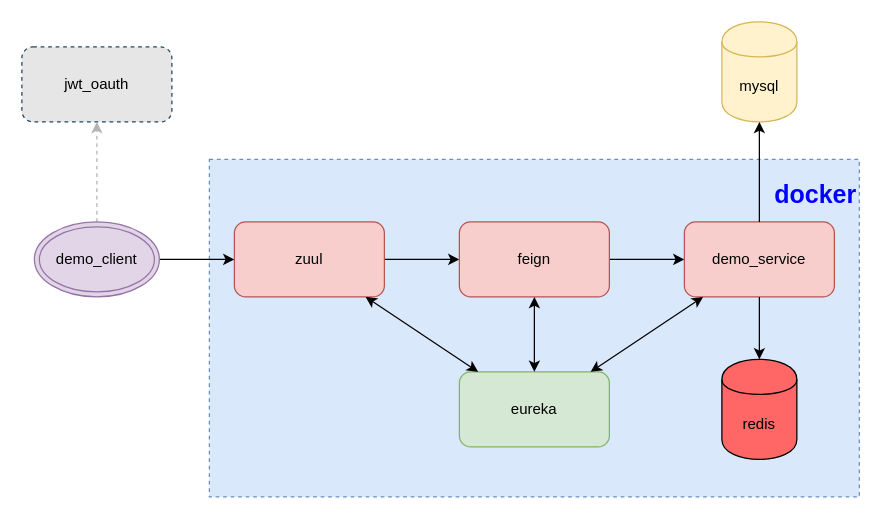
Before: 未命名表单.drawio in sensezhang/draw, a draw.io diagram. Source tidied: cells renumbered, new cells numbered last; positions are measured from the earlier drawing's top-left corner, leaving out a move shared by most shapes. Both pictures are drawn from the tidied source at 125%, with x=0, y=0 at pixel (21, 21).
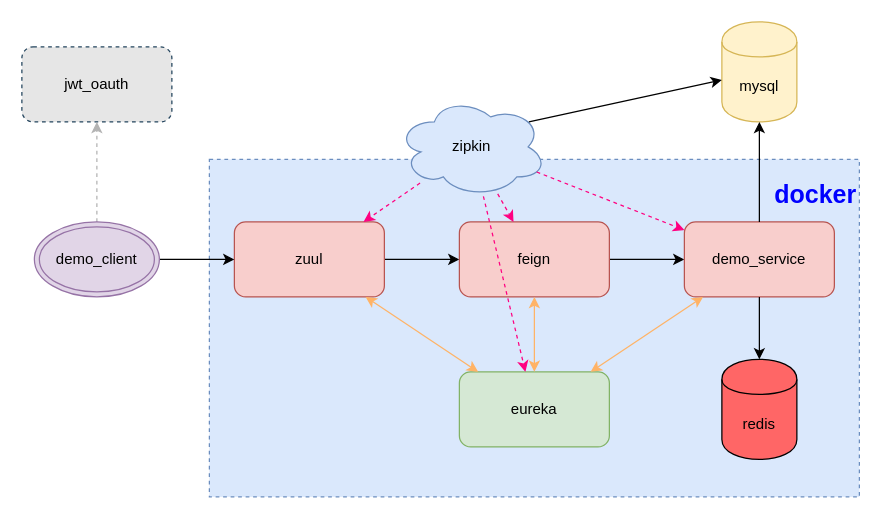
After the change.

Commit message:
更新未命名表单.drawio

Unchanged cells that the change refers to:
```xml
<mxCell id="5" value="zuul&lt;br&gt;" style="rounded=1;whiteSpace=wrap;html=1;fillColor=#f8cecc;strokeColor=#b85450;" parent="1" vertex="1">
  <mxGeometry x="170" y="160" width="120" height="60" as="geometry" />
</mxCell>
<mxCell id="7" value="feign" style="rounded=1;whiteSpace=wrap;html=1;fillColor=#f8cecc;strokeColor=#b85450;" parent="1" vertex="1">
  <mxGeometry x="350" y="160" width="120" height="60" as="geometry" />
</mxCell>
<mxCell id="8" value="demo_service&lt;br&gt;" style="rounded=1;whiteSpace=wrap;html=1;fillColor=#f8cecc;strokeColor=#b85450;" parent="1" vertex="1">
  <mxGeometry x="530" y="160" width="120" height="60" as="geometry" />
</mxCell>
<mxCell id="12" value="eureka" style="rounded=1;whiteSpace=wrap;html=1;fillColor=#d5e8d4;align=center;strokeColor=#82b366;" parent="1" vertex="1">
  <mxGeometry x="350" y="280" width="120" height="60" as="geometry" />
</mxCell>
<mxCell id="18" value="mysql" style="shape=cylinder;whiteSpace=wrap;html=1;boundedLbl=1;backgroundOutline=1;fillColor=#fff2cc;align=center;strokeColor=#d6b656;" parent="1" vertex="1">
  <mxGeometry x="560" width="60" height="80" as="geometry" />
</mxCell>
```

The edit, as a diff of the source:
```diff
@@
-    <mxCell id="13" style="endArrow=classic;startArrow=classic;html=1;strokeColor=#000000;" parent="1" edge="1" source="12" target="5">
+    <mxCell id="13" style="endArrow=classic;startArrow=classic;html=1;strokeColor=#FFB366;" parent="1" edge="1" source="12" target="5">
       <mxGeometry relative="1" as="geometry" />
     </mxCell>
-    <mxCell id="14" style="endArrow=classic;startArrow=classic;html=1;strokeColor=#000000;" parent="1" edge="1" source="12" target="7">
+    <mxCell id="14" style="endArrow=classic;startArrow=classic;html=1;strokeColor=#FFB366;" parent="1" edge="1" source="12" target="7">
       <mxGeometry relative="1" as="geometry" />
     </mxCell>
-    <mxCell id="15" style="endArrow=classic;startArrow=classic;html=1;strokeColor=#000000;" parent="1" edge="1" source="12" target="8">
+    <mxCell id="15" style="endArrow=classic;startArrow=classic;html=1;strokeColor=#FFB366;" parent="1" edge="1" source="12" target="8">
       <mxGeometry relative="1" as="geometry" />
     </mxCell>
@@
+    <mxCell id="20" value="zipkin" style="ellipse;shape=cloud;whiteSpace=wrap;html=1;fillColor=#dae8fc;align=center;strokeColor=#6c8ebf;" parent="1" vertex="1">
+      <mxGeometry x="300" y="60" width="120" height="80" as="geometry" />
+    </mxCell>
+    <mxCell id="21" style="endArrow=classic;html=1;strokeColor=#FF0080;dashed=1;" parent="1" edge="1" source="20" target="5">
+      <mxGeometry relative="1" as="geometry" />
+    </mxCell>
+    <mxCell id="22" style="endArrow=classic;html=1;strokeColor=#FF0080;dashed=1;" parent="1" edge="1" source="20" target="7">
+      <mxGeometry relative="1" as="geometry" />
+    </mxCell>
+    <mxCell id="23" style="endArrow=classic;html=1;strokeColor=#FF0080;dashed=1;" parent="1" edge="1" source="20" target="8">
+      <mxGeometry relative="1" as="geometry" />
+    </mxCell>
+    <mxCell id="24" style="endArrow=classic;html=1;strokeColor=#FF0080;dashed=1;" parent="1" edge="1" source="20" target="12">
+      <mxGeometry relative="1" as="geometry" />
+    </mxCell>
+    <mxCell id="25" style="endArrow=classic;html=1;strokeColor=#000000;exitX=0.88;exitY=0.25;exitDx=0;exitDy=0;exitPerimeter=0;" parent="1" edge="1" source="20" target="18">
+      <mxGeometry relative="1" as="geometry" />
+    </mxCell>
```
